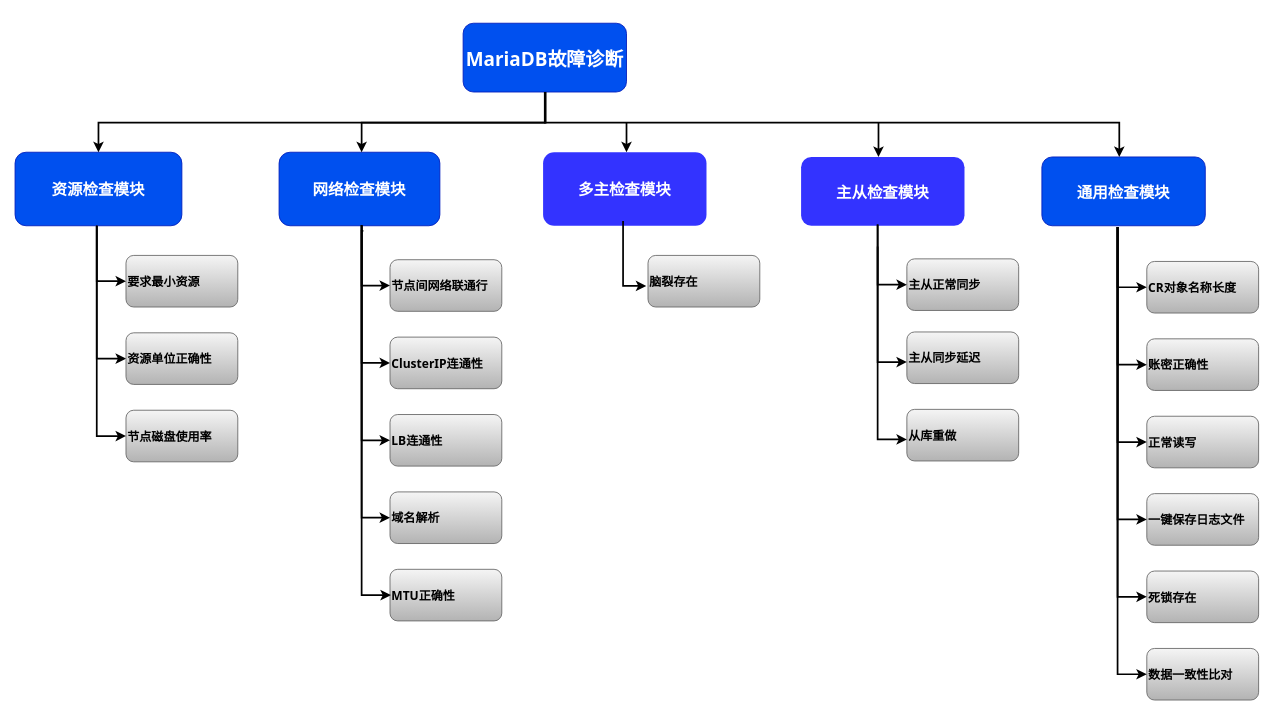
Before: Untitled Diagram.drawio in weichenjushi/images, a draw.io diagram. Source tidied: cells renumbered, new cells numbered last; positions are measured from the earlier drawing's top-left corner, leaving out a move shared by most shapes. Both pictures are drawn from the tidied source at 86%, with x=0, y=0 at pixel (15, 22).
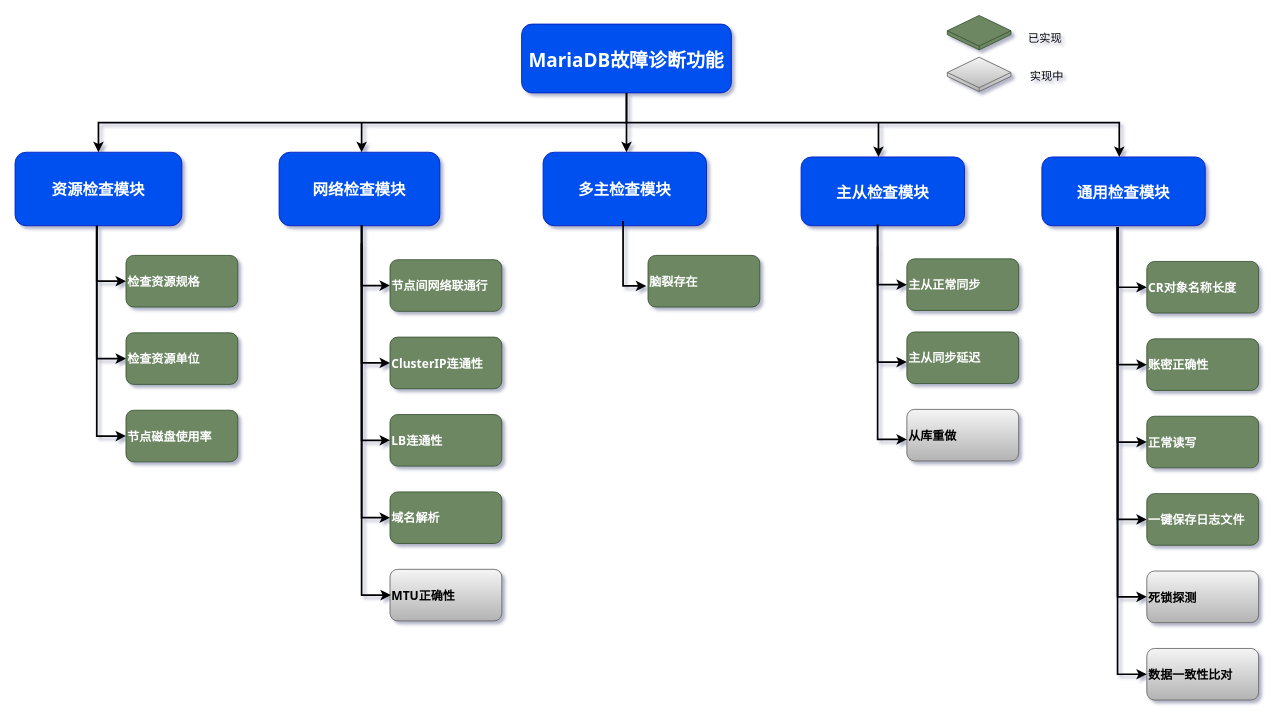
The same page after the edit.

Unchanged cells that the change refers to:
```xml
<mxCell id="3" value="通用检查模块" style="rounded=1;fillColor=#0050ef;strokeColor=#001DBC;fontColor=#ffffff;fontStyle=1;fontFamily=Tahoma;fontSize=18;" parent="1" vertex="1">
  <mxGeometry x="1194" y="156" width="190" height="80" as="geometry" />
</mxCell>
<mxCell id="7" value="资源检查模块" style="rounded=1;fillColor=#0050ef;strokeColor=#001DBC;fontStyle=1;fontFamily=Tahoma;fontSize=18;fontColor=#ffffff;" parent="1" vertex="1">
  <mxGeometry y="150.5" width="194" height="85.5" as="geometry" />
</mxCell>
<mxCell id="40" value="数据一致性比对" style="rounded=1;fillColor=#f5f5f5;gradientColor=#b3b3b3;strokeColor=#666666;fontStyle=1;fontFamily=Tahoma;fontSize=14;align=left;" parent="1" vertex="1">
  <mxGeometry x="1316" y="727.5" width="130" height="60" as="geometry" />
</mxCell>
```

What changed in the source:
```diff
@@
-<mxGraphModel>
+<mxGraphModel shadow="1">
@@
-    <mxCell id="2" value="MariaDB故障诊断" style="rounded=1;fillColor=#0050ef;strokeColor=#001DBC;fontColor=#ffffff;fontStyle=1;fontFamily=Tahoma;fontSize=22;" parent="1" vertex="1">
-      <mxGeometry x="521" y="0.5" width="190" height="80" as="geometry" />
+    <mxCell id="2" value="MariaDB故障诊断功能" style="rounded=1;fillColor=#0050ef;strokeColor=#001DBC;fontColor=#ffffff;fontStyle=1;fontFamily=Tahoma;fontSize=22;" parent="1" vertex="1">
+      <mxGeometry x="589" y="1.5" width="244" height="80" as="geometry" />
     </mxCell>
@@
     <mxCell id="4" style="edgeStyle=elbowEdgeStyle;elbow=vertical;strokeWidth=2;rounded=0;" parent="1" edge="1" source="2" target="3">
-      <mxGeometry x="337" y="234.5" as="geometry">
+      <mxGeometry x="166" y="92.5" as="geometry">
         <Array as="points">
           <mxPoint x="1284" y="116" />
           <mxPoint x="824" y="116" />
           <mxPoint x="1254" y="115" />
           <mxPoint x="1294" y="125" />
         </Array>
       </mxGeometry>
     </mxCell>
-    <mxCell id="5" value="多主检查模块" style="rounded=1;fillColor=#3333FF;gradientColor=none;strokeColor=none;fontColor=#FFFFFF;fontStyle=1;fontFamily=Tahoma;fontSize=18;" parent="1" vertex="1">
+    <mxCell id="5" value="多主检查模块" style="rounded=1;fillColor=#0050ef;strokeColor=#001DBC;fontColor=#ffffff;fontStyle=1;fontFamily=Tahoma;fontSize=18;" parent="1" vertex="1">
       <mxGeometry x="614" y="150.5" width="190" height="85.5" as="geometry" />
     </mxCell>
@@
-    <mxCell id="8" value="要求最小资源" style="rounded=1;fillColor=#f5f5f5;strokeColor=#666666;fontStyle=1;fontFamily=Tahoma;fontSize=14;gradientColor=#b3b3b3;align=left;" parent="1" vertex="1">
+    <mxCell id="8" value="检查资源规格" style="rounded=1;fillColor=#6d8764;strokeColor=#3A5431;fontStyle=1;fontFamily=Tahoma;fontSize=14;align=left;fontColor=#ffffff;" parent="1" vertex="1">
       <mxGeometry x="129" y="270.5" width="130" height="60" as="geometry" />
     </mxCell>
-    <mxCell id="9" value="资源单位正确性" style="rounded=1;fillColor=#f5f5f5;strokeColor=#666666;fontStyle=1;fontFamily=Tahoma;fontSize=14;gradientColor=#b3b3b3;align=left;" parent="1" vertex="1">
+    <mxCell id="9" value="检查资源单位" style="rounded=1;fillColor=#6d8764;strokeColor=#3A5431;fontStyle=1;fontFamily=Tahoma;fontSize=14;align=left;fontColor=#ffffff;" parent="1" vertex="1">
       <mxGeometry x="129" y="360.5" width="130" height="60" as="geometry" />
     </mxCell>
-    <mxCell id="10" value="节点磁盘使用率" style="rounded=1;fillColor=#f5f5f5;gradientColor=#b3b3b3;strokeColor=#666666;fontStyle=1;fontFamily=Tahoma;fontSize=14;align=left;" parent="1" vertex="1">
+    <mxCell id="10" value="节点磁盘使用率" style="rounded=1;fillColor=#6d8764;strokeColor=#3A5431;fontStyle=1;fontFamily=Tahoma;fontSize=14;align=left;fontColor=#ffffff;" parent="1" vertex="1">
       <mxGeometry x="129" y="450.5" width="130" height="60" as="geometry" />
     </mxCell>
     <mxCell id="11" style="edgeStyle=elbowEdgeStyle;elbow=vertical;strokeWidth=2;rounded=0;" parent="1" edge="1">
-      <mxGeometry x="348" y="244.5" as="geometry">
-        <mxPoint x="617" y="80.5" as="sourcePoint" />
+      <mxGeometry x="177" y="102.5" as="geometry">
+        <mxPoint x="403" y="116" as="sourcePoint" />
         <mxPoint x="403" y="150.5" as="targetPoint" />
       </mxGeometry>
     </mxCell>
     <mxCell id="12" style="edgeStyle=elbowEdgeStyle;elbow=vertical;strokeWidth=2;rounded=0;" parent="1" edge="1" source="2" target="7">
-      <mxGeometry x="-23" y="154.5" as="geometry" />
+      <mxGeometry x="-194" y="12.5" as="geometry" />
     </mxCell>
     <mxCell id="13" style="edgeStyle=elbowEdgeStyle;elbow=horizontal;strokeWidth=2;rounded=0;" parent="1" edge="1" source="7" target="8">
-      <mxGeometry x="106" y="154.5" as="geometry">
+      <mxGeometry x="-65" y="12.5" as="geometry">
         <Array as="points">
           <mxPoint x="95" y="250.5" />
         </Array>
       </mxGeometry>
     </mxCell>
     <mxCell id="14" style="edgeStyle=elbowEdgeStyle;elbow=horizontal;strokeWidth=2;rounded=0;" parent="1" edge="1" source="7" target="9">
-      <mxGeometry x="106" y="154.5" as="geometry">
+      <mxGeometry x="-65" y="12.5" as="geometry">
         <Array as="points">
           <mxPoint x="95" y="290.5" />
         </Array>
       </mxGeometry>
     </mxCell>
     <mxCell id="15" style="edgeStyle=elbowEdgeStyle;elbow=horizontal;strokeWidth=2;rounded=0;entryX=0;entryY=0.5;entryDx=0;entryDy=0;" parent="1" edge="1" source="7" target="10">
-      <mxGeometry x="106" y="154.5" as="geometry">
+      <mxGeometry x="-65" y="12.5" as="geometry">
         <Array as="points">
           <mxPoint x="95" y="480.5" />
         </Array>
       </mxGeometry>
     </mxCell>
-    <mxCell id="16" value="主从检查模块" style="rounded=1;fillColor=#3333FF;gradientColor=none;strokeColor=none;fontColor=#FFFFFF;fontStyle=1;fontFamily=Tahoma;fontSize=18;" parent="1" vertex="1">
+    <mxCell id="16" value="主从检查模块" style="rounded=1;fillColor=#0050ef;strokeColor=#001DBC;fontColor=#ffffff;fontStyle=1;fontFamily=Tahoma;fontSize=18;" parent="1" vertex="1">
       <mxGeometry x="914" y="156" width="190" height="80" as="geometry" />
     </mxCell>
-    <mxCell id="17" value="节点间网络联通行" style="rounded=1;fillColor=#f5f5f5;strokeColor=#666666;fontStyle=1;fontFamily=Tahoma;fontSize=14;gradientColor=#b3b3b3;align=left;" parent="1" vertex="1">
+    <mxCell id="17" value="节点间网络联通行" style="rounded=1;fillColor=#6d8764;strokeColor=#3A5431;fontStyle=1;fontFamily=Tahoma;fontSize=14;align=left;fontColor=#ffffff;" parent="1" vertex="1">
       <mxGeometry x="436" y="275.5" width="130" height="60" as="geometry" />
     </mxCell>
-    <mxCell id="18" value="ClusterIP连通性" style="rounded=1;fillColor=#f5f5f5;strokeColor=#666666;fontStyle=1;fontFamily=Tahoma;fontSize=14;gradientColor=#b3b3b3;align=left;" parent="1" vertex="1">
+    <mxCell id="18" value="ClusterIP连通性" style="rounded=1;fillColor=#6d8764;strokeColor=#3A5431;fontStyle=1;fontFamily=Tahoma;fontSize=14;align=left;fontColor=#ffffff;" parent="1" vertex="1">
       <mxGeometry x="436" y="365.5" width="130" height="60" as="geometry" />
     </mxCell>
-    <mxCell id="19" value="LB连通性" style="rounded=1;fillColor=#f5f5f5;gradientColor=#b3b3b3;strokeColor=#666666;fontStyle=1;fontFamily=Tahoma;fontSize=14;align=left;" parent="1" vertex="1">
+    <mxCell id="19" value="LB连通性" style="rounded=1;fillColor=#6d8764;strokeColor=#3A5431;fontStyle=1;fontFamily=Tahoma;fontSize=14;align=left;fontColor=#ffffff;" parent="1" vertex="1">
       <mxGeometry x="436" y="455.5" width="130" height="60" as="geometry" />
     </mxCell>
-    <mxCell id="20" value="域名解析" style="rounded=1;fillColor=#f5f5f5;gradientColor=#b3b3b3;strokeColor=#666666;fontStyle=1;fontFamily=Tahoma;fontSize=14;align=left;" parent="1" vertex="1">
+    <mxCell id="20" value="域名解析" style="rounded=1;fillColor=#6d8764;strokeColor=#3A5431;fontStyle=1;fontFamily=Tahoma;fontSize=14;align=left;fontColor=#ffffff;" parent="1" vertex="1">
       <mxGeometry x="436" y="545.5" width="130" height="60" as="geometry" />
     </mxCell>
@@
     <mxCell id="22" style="edgeStyle=elbowEdgeStyle;elbow=horizontal;strokeWidth=2;rounded=0;" parent="1" edge="1" target="17">
-      <mxGeometry x="414" y="159.5" as="geometry">
+      <mxGeometry x="243" y="17.5" as="geometry">
         <mxPoint x="403" y="235.5" as="sourcePoint" />
         <Array as="points">
           <mxPoint x="403" y="255.5" />
         </Array>
       </mxGeometry>
     </mxCell>
     <mxCell id="23" style="edgeStyle=elbowEdgeStyle;elbow=horizontal;strokeWidth=2;rounded=0;" parent="1" edge="1" target="18">
-      <mxGeometry x="414" y="159.5" as="geometry">
+      <mxGeometry x="243" y="17.5" as="geometry">
         <mxPoint x="403" y="235.5" as="sourcePoint" />
         <Array as="points">
           <mxPoint x="403" y="295.5" />
         </Array>
       </mxGeometry>
     </mxCell>
     <mxCell id="24" style="edgeStyle=elbowEdgeStyle;elbow=horizontal;strokeWidth=2;rounded=0;" parent="1" edge="1" target="19">
-      <mxGeometry x="414" y="159.5" as="geometry">
+      <mxGeometry x="243" y="17.5" as="geometry">
         <mxPoint x="403" y="235.5" as="sourcePoint" />
         <Array as="points">
           <mxPoint x="403" y="345.5" />
         </Array>
       </mxGeometry>
     </mxCell>
     <mxCell id="25" style="edgeStyle=elbowEdgeStyle;elbow=horizontal;strokeWidth=2;rounded=0;" parent="1" edge="1" target="20">
-      <mxGeometry x="414" y="159.5" as="geometry">
-        <mxPoint x="403" y="235.5" as="sourcePoint" />
+      <mxGeometry x="243" y="17.5" as="geometry">
+        <mxPoint x="403" y="256" as="sourcePoint" />
         <Array as="points">
           <mxPoint x="403" y="395.5" />
         </Array>
       </mxGeometry>
     </mxCell>
     <mxCell id="26" style="edgeStyle=elbowEdgeStyle;elbow=horizontal;strokeWidth=2;rounded=0;" parent="1" edge="1">
-      <mxGeometry x="414" y="69.5" as="geometry">
-        <mxPoint x="405" y="242" as="sourcePoint" />
+      <mxGeometry x="243" y="-72.5" as="geometry">
+        <mxPoint x="403" y="256" as="sourcePoint" />
         <mxPoint x="437" y="665.5" as="targetPoint" />
         <Array as="points">
           <mxPoint x="403" y="395.5" />
         </Array>
       </mxGeometry>
     </mxCell>
-    <mxCell id="27" value="脑裂存在" style="rounded=1;fillColor=#f5f5f5;strokeColor=#666666;fontStyle=1;fontFamily=Tahoma;fontSize=14;gradientColor=#b3b3b3;align=left;" parent="1" vertex="1">
+    <mxCell id="27" value="脑裂存在" style="rounded=1;fillColor=#6d8764;strokeColor=#3A5431;fontStyle=1;fontFamily=Tahoma;fontSize=14;align=left;fontColor=#ffffff;" parent="1" vertex="1">
       <mxGeometry x="736" y="270.5" width="130" height="60" as="geometry" />
     </mxCell>
     <mxCell id="28" style="edgeStyle=elbowEdgeStyle;elbow=horizontal;strokeWidth=2;rounded=0;" parent="1" edge="1">
-      <mxGeometry x="718" y="154.5" as="geometry">
+      <mxGeometry x="547" y="12.5" as="geometry">
         <mxPoint x="707" y="230.5" as="sourcePoint" />
         <mxPoint x="734" y="306" as="targetPoint" />
         <Array as="points">
           <mxPoint x="707" y="480.5" />
         </Array>
       </mxGeometry>
     </mxCell>
-    <mxCell id="29" value="主从正常同步" style="rounded=1;fillColor=#f5f5f5;strokeColor=#666666;fontStyle=1;fontFamily=Tahoma;fontSize=14;gradientColor=#b3b3b3;align=left;" parent="1" vertex="1">
+    <mxCell id="29" value="主从正常同步" style="rounded=1;fillColor=#6d8764;strokeColor=#3A5431;fontStyle=1;fontFamily=Tahoma;fontSize=14;align=left;fontColor=#ffffff;" parent="1" vertex="1">
       <mxGeometry x="1037" y="274.5" width="130" height="60" as="geometry" />
     </mxCell>
-    <mxCell id="30" value="主从同步延迟" style="rounded=1;fillColor=#f5f5f5;strokeColor=#666666;fontStyle=1;fontFamily=Tahoma;fontSize=14;gradientColor=#b3b3b3;align=left;" parent="1" vertex="1">
+    <mxCell id="30" value="主从同步延迟" style="rounded=1;fillColor=#6d8764;strokeColor=#3A5431;fontStyle=1;fontFamily=Tahoma;fontSize=14;align=left;fontColor=#ffffff;" parent="1" vertex="1">
       <mxGeometry x="1037" y="359.5" width="130" height="60" as="geometry" />
     </mxCell>
@@
     <mxCell id="32" style="edgeStyle=elbowEdgeStyle;elbow=horizontal;strokeWidth=2;rounded=0;" parent="1" edge="1" target="29">
-      <mxGeometry x="1014" y="158.5" as="geometry">
+      <mxGeometry x="843" y="16.5" as="geometry">
         <mxPoint x="1003" y="234.5" as="sourcePoint" />
         <Array as="points">
           <mxPoint x="1003" y="254.5" />
         </Array>
       </mxGeometry>
     </mxCell>
     <mxCell id="33" style="edgeStyle=elbowEdgeStyle;elbow=horizontal;strokeWidth=2;rounded=0;" parent="1" edge="1">
-      <mxGeometry x="1014" y="158.5" as="geometry">
+      <mxGeometry x="843" y="16.5" as="geometry">
         <mxPoint x="1003" y="234.5" as="sourcePoint" />
         <mxPoint x="1037" y="394.5" as="targetPoint" />
         <Array as="points">
           <mxPoint x="1003" y="294.5" />
         </Array>
       </mxGeometry>
     </mxCell>
     <mxCell id="34" style="edgeStyle=elbowEdgeStyle;elbow=horizontal;strokeWidth=2;rounded=0;entryX=0;entryY=0.5;entryDx=0;entryDy=0;" parent="1" edge="1">
-      <mxGeometry x="1014" y="158.5" as="geometry">
+      <mxGeometry x="843" y="16.5" as="geometry">
         <mxPoint x="1004" y="261" as="sourcePoint" />
         <mxPoint x="1037" y="484.5" as="targetPoint" />
         <Array as="points">
           <mxPoint x="1003" y="484.5" />
         </Array>
       </mxGeometry>
     </mxCell>
-    <mxCell id="35" value="CR对象名称长度" style="rounded=1;fillColor=#f5f5f5;strokeColor=#666666;fontStyle=1;fontFamily=Tahoma;fontSize=14;gradientColor=#b3b3b3;align=left;" parent="1" vertex="1">
+    <mxCell id="35" value="CR对象名称长度" style="rounded=1;fillColor=#6d8764;strokeColor=#3A5431;fontStyle=1;fontFamily=Tahoma;fontSize=14;align=left;fontColor=#ffffff;" parent="1" vertex="1">
       <mxGeometry x="1316" y="277.5" width="130" height="60" as="geometry" />
     </mxCell>
-    <mxCell id="36" value="账密正确性" style="rounded=1;fillColor=#f5f5f5;strokeColor=#666666;fontStyle=1;fontFamily=Tahoma;fontSize=14;gradientColor=#b3b3b3;align=left;" parent="1" vertex="1">
+    <mxCell id="36" value="账密正确性" style="rounded=1;fillColor=#6d8764;strokeColor=#3A5431;fontStyle=1;fontFamily=Tahoma;fontSize=14;align=left;fontColor=#ffffff;" parent="1" vertex="1">
       <mxGeometry x="1316" y="367.5" width="130" height="60" as="geometry" />
     </mxCell>
-    <mxCell id="37" value="正常读写" style="rounded=1;fillColor=#f5f5f5;gradientColor=#b3b3b3;strokeColor=#666666;fontStyle=1;fontFamily=Tahoma;fontSize=14;align=left;" parent="1" vertex="1">
+    <mxCell id="37" value="正常读写" style="rounded=1;fillColor=#6d8764;strokeColor=#3A5431;fontStyle=1;fontFamily=Tahoma;fontSize=14;align=left;fontColor=#ffffff;" parent="1" vertex="1">
       <mxGeometry x="1316" y="457.5" width="130" height="60" as="geometry" />
     </mxCell>
-    <mxCell id="38" value="一键保存日志文件" style="rounded=1;fillColor=#f5f5f5;gradientColor=#b3b3b3;strokeColor=#666666;fontStyle=1;fontFamily=Tahoma;fontSize=14;align=left;" parent="1" vertex="1">
+    <mxCell id="38" value="一键保存日志文件" style="rounded=1;fillColor=#6d8764;strokeColor=#3A5431;fontStyle=1;fontFamily=Tahoma;fontSize=14;align=left;fontColor=#ffffff;" parent="1" vertex="1">
       <mxGeometry x="1316" y="547.5" width="130" height="60" as="geometry" />
     </mxCell>
-    <mxCell id="39" value="死锁存在" style="rounded=1;fillColor=#f5f5f5;gradientColor=#b3b3b3;strokeColor=#666666;fontStyle=1;fontFamily=Tahoma;fontSize=14;align=left;" parent="1" vertex="1">
+    <mxCell id="39" value="死锁探测" style="rounded=1;fillColor=#f5f5f5;strokeColor=#666666;fontStyle=1;fontFamily=Tahoma;fontSize=14;align=left;gradientColor=#b3b3b3;" parent="1" vertex="1">
       <mxGeometry x="1316" y="637.5" width="130" height="60" as="geometry" />
     </mxCell>
@@
     <mxCell id="41" style="edgeStyle=elbowEdgeStyle;elbow=horizontal;strokeWidth=2;rounded=0;" parent="1" edge="1" target="35">
-      <mxGeometry x="1293" y="161.5" as="geometry">
+      <mxGeometry x="1122" y="19.5" as="geometry">
         <mxPoint x="1282" y="237.5" as="sourcePoint" />
         <Array as="points">
           <mxPoint x="1282" y="257.5" />
         </Array>
       </mxGeometry>
     </mxCell>
     <mxCell id="42" style="edgeStyle=elbowEdgeStyle;elbow=horizontal;strokeWidth=2;rounded=0;" parent="1" edge="1" target="36">
-      <mxGeometry x="1293" y="161.5" as="geometry">
+      <mxGeometry x="1122" y="19.5" as="geometry">
         <mxPoint x="1282" y="237.5" as="sourcePoint" />
         <Array as="points">
           <mxPoint x="1282" y="297.5" />
         </Array>
       </mxGeometry>
     </mxCell>
     <mxCell id="43" style="edgeStyle=elbowEdgeStyle;elbow=horizontal;strokeWidth=2;rounded=0;" parent="1" edge="1" target="37">
-      <mxGeometry x="1293" y="161.5" as="geometry">
+      <mxGeometry x="1122" y="19.5" as="geometry">
         <mxPoint x="1282" y="237.5" as="sourcePoint" />
         <Array as="points">
           <mxPoint x="1282" y="347.5" />
         </Array>
       </mxGeometry>
     </mxCell>
     <mxCell id="44" style="edgeStyle=elbowEdgeStyle;elbow=horizontal;strokeWidth=2;rounded=0;" parent="1" edge="1" target="38">
-      <mxGeometry x="1293" y="161.5" as="geometry">
+      <mxGeometry x="1122" y="19.5" as="geometry">
         <mxPoint x="1282" y="237.5" as="sourcePoint" />
         <Array as="points">
           <mxPoint x="1282" y="397.5" />
         </Array>
       </mxGeometry>
     </mxCell>
     <mxCell id="45" style="edgeStyle=elbowEdgeStyle;elbow=horizontal;strokeWidth=2;rounded=0;" parent="1" edge="1" target="39">
-      <mxGeometry x="1293" y="161.5" as="geometry">
+      <mxGeometry x="1122" y="19.5" as="geometry">
         <mxPoint x="1282" y="237.5" as="sourcePoint" />
         <Array as="points">
           <mxPoint x="1282" y="437.5" />
         </Array>
       </mxGeometry>
     </mxCell>
     <mxCell id="46" style="edgeStyle=elbowEdgeStyle;elbow=horizontal;strokeWidth=2;rounded=0;" parent="1" edge="1" target="40">
-      <mxGeometry x="1293" y="161.5" as="geometry">
+      <mxGeometry x="1122" y="19.5" as="geometry">
         <mxPoint x="1282" y="237.5" as="sourcePoint" />
         <Array as="points">
           <mxPoint x="1282" y="487.5" />
         </Array>
       </mxGeometry>
     </mxCell>
     <mxCell id="47" style="edgeStyle=elbowEdgeStyle;elbow=vertical;strokeWidth=2;rounded=0;" parent="1" edge="1">
-      <mxGeometry x="656" y="244.5" as="geometry">
+      <mxGeometry x="485" y="102.5" as="geometry">
         <mxPoint x="711" y="116" as="sourcePoint" />
         <mxPoint x="711" y="150.5" as="targetPoint" />
       </mxGeometry>
     </mxCell>
     <mxCell id="48" style="edgeStyle=elbowEdgeStyle;elbow=vertical;strokeWidth=2;rounded=0;" parent="1" edge="1">
-      <mxGeometry x="949" y="250" as="geometry">
+      <mxGeometry x="778" y="108" as="geometry">
         <mxPoint x="1004" y="116" as="sourcePoint" />
         <mxPoint x="1004" y="156" as="targetPoint" />
       </mxGeometry>
     </mxCell>
+    <mxCell id="49" style="html=1;whiteSpace=wrap;shape=isoCube2;backgroundOutline=1;isoAngle=15;fontSize=18;fillColor=#f5f5f5;gradientColor=#b3b3b3;strokeColor=#666666;" parent="1" vertex="1">
+      <mxGeometry x="1084" y="40" width="74" height="40" as="geometry" />
+    </mxCell>
+    <mxCell id="50" value="&lt;font style=&quot;font-size: 13px&quot;&gt;已实现&lt;/font&gt;" style="text;html=1;strokeColor=none;fillColor=none;align=center;verticalAlign=middle;whiteSpace=wrap;rounded=0;fontSize=18;" parent="1" vertex="1">
+      <mxGeometry x="1168" y="1.5" width="60" height="30" as="geometry" />
+    </mxCell>
+    <mxCell id="51" value="&lt;font style=&quot;font-size: 13px&quot;&gt;实现中&lt;/font&gt;" style="text;html=1;strokeColor=none;fillColor=none;align=center;verticalAlign=middle;whiteSpace=wrap;rounded=0;fontSize=18;" parent="1" vertex="1">
+      <mxGeometry x="1170" y="46" width="60" height="30" as="geometry" />
+    </mxCell>
+    <mxCell id="52" style="html=1;whiteSpace=wrap;shape=isoCube2;backgroundOutline=1;isoAngle=15;fontSize=18;fillColor=#6d8764;strokeColor=#3A5431;fontColor=#ffffff;" parent="1" vertex="1">
+      <mxGeometry x="1084" y="-8.5" width="74" height="40" as="geometry" />
+    </mxCell>
```
